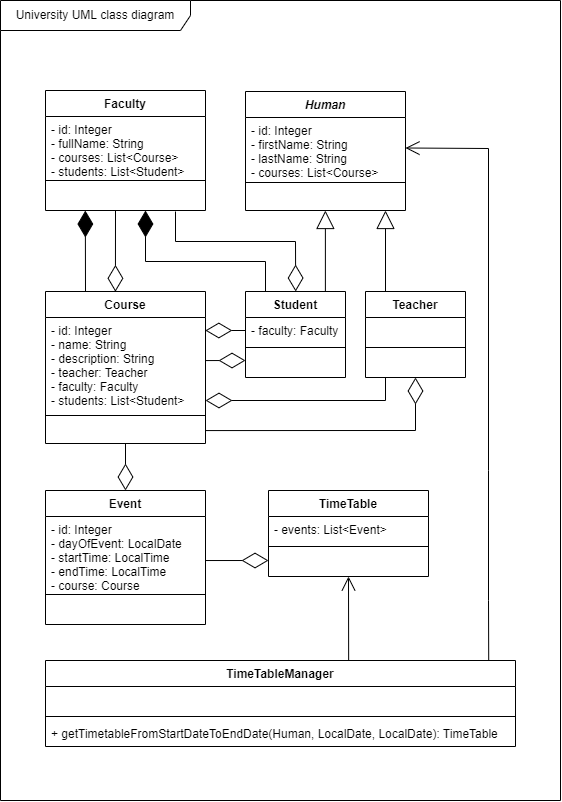
The draw.io diagram University UML class diagram.png in andriysalnikov/university, before a commit. Source tidied: cells renumbered, new cells last; positions are measured from the earlier drawing's top-left corner, leaving out a move shared by most shapes. Its diagram source:
```xml
<mxGraphModel>
  <root>
    <mxCell id="0" />
    <mxCell id="1" parent="0" />
    <mxCell id="2" value="University UML class diagram" style="shape=umlFrame;whiteSpace=wrap;html=1;width=190;height=30;" parent="1" vertex="1">
      <mxGeometry width="560" height="800" as="geometry" />
    </mxCell>
    <mxCell id="3" value="Course" style="swimlane;fontStyle=1;align=center;verticalAlign=top;horizontal=1;startSize=26;" parent="1" vertex="1">
      <mxGeometry x="45" y="291" width="160" height="152" as="geometry" />
    </mxCell>
    <mxCell id="4" value="- id: Integer&#10;- name: String&#10;- description: String&#10;- teacher: Teacher&#10;- faculty: Faculty&#10;- students: List&lt;Student&gt;" style="text;strokeColor=none;fillColor=none;align=left;verticalAlign=top;spacingLeft=4;spacingRight=4;overflow=hidden;" parent="3" vertex="1">
      <mxGeometry y="26" width="160" height="94" as="geometry" />
    </mxCell>
    <mxCell id="5" style="line;strokeWidth=1;fillColor=none;align=left;verticalAlign=middle;spacingTop=-1;spacingLeft=3;spacingRight=3;labelPosition=right;" parent="3" vertex="1">
      <mxGeometry y="120" width="160" height="8" as="geometry" />
    </mxCell>
    <mxCell id="6" value=" " style="text;strokeColor=none;fillColor=none;align=left;verticalAlign=top;spacingLeft=4;spacingRight=4;overflow=hidden;" parent="3" vertex="1">
      <mxGeometry y="128" width="160" height="24" as="geometry" />
    </mxCell>
    <mxCell id="7" value="Human" style="swimlane;fontStyle=3;align=center;verticalAlign=top;horizontal=1;startSize=26;" parent="1" vertex="1">
      <mxGeometry x="245" y="91" width="160" height="119" as="geometry" />
    </mxCell>
    <mxCell id="8" value="- id: Integer&#10;- firstName: String&#10;- lastName: String&#10;- courses: List&lt;Course&gt;" style="text;strokeColor=none;fillColor=none;align=left;verticalAlign=top;spacingLeft=4;spacingRight=4;overflow=hidden;points=[[0,0.5],[1,0.5]];portConstraint=eastwest;" parent="7" vertex="1">
      <mxGeometry y="26" width="160" height="61" as="geometry" />
    </mxCell>
    <mxCell id="9" style="line;strokeWidth=1;fillColor=none;align=left;verticalAlign=middle;spacingTop=-1;spacingLeft=3;spacingRight=3;labelPosition=right;" parent="7" vertex="1">
      <mxGeometry y="87" width="160" height="8" as="geometry" />
    </mxCell>
    <mxCell id="10" value=" " style="text;strokeColor=none;fillColor=none;align=left;verticalAlign=top;spacingLeft=4;spacingRight=4;overflow=hidden;" parent="7" vertex="1">
      <mxGeometry y="95" width="160" height="24" as="geometry" />
    </mxCell>
    <mxCell id="11" value="Student" style="swimlane;fontStyle=1;align=center;verticalAlign=top;horizontal=1;startSize=26;" parent="1" vertex="1">
      <mxGeometry x="245" y="291" width="100" height="86" as="geometry" />
    </mxCell>
    <mxCell id="12" value="- faculty: Faculty" style="text;strokeColor=none;fillColor=none;align=left;verticalAlign=top;spacingLeft=4;spacingRight=4;overflow=hidden;" parent="11" vertex="1">
      <mxGeometry y="26" width="100" height="26" as="geometry" />
    </mxCell>
    <mxCell id="13" style="line;strokeWidth=1;fillColor=none;align=left;verticalAlign=middle;spacingTop=-1;spacingLeft=3;spacingRight=3;labelPosition=right;" parent="11" vertex="1">
      <mxGeometry y="52" width="100" height="8" as="geometry" />
    </mxCell>
    <mxCell id="14" value=" " style="text;strokeColor=none;fillColor=none;align=left;verticalAlign=top;spacingLeft=4;spacingRight=4;overflow=hidden;" parent="11" vertex="1">
      <mxGeometry y="60" width="100" height="26" as="geometry" />
    </mxCell>
    <mxCell id="15" value="Teacher" style="swimlane;fontStyle=1;align=center;verticalAlign=top;horizontal=1;startSize=26;" parent="1" vertex="1">
      <mxGeometry x="365" y="291" width="100" height="86" as="geometry" />
    </mxCell>
    <mxCell id="16" value=" " style="text;strokeColor=none;fillColor=none;align=left;verticalAlign=top;spacingLeft=4;spacingRight=4;overflow=hidden;points=[[0,0.5],[1,0.5]];portConstraint=eastwest;" parent="15" vertex="1">
      <mxGeometry y="26" width="100" height="26" as="geometry" />
    </mxCell>
    <mxCell id="17" style="line;strokeWidth=1;fillColor=none;align=left;verticalAlign=middle;spacingTop=-1;spacingLeft=3;spacingRight=3;labelPosition=right;" parent="15" vertex="1">
      <mxGeometry y="52" width="100" height="8" as="geometry" />
    </mxCell>
    <mxCell id="18" value=" " style="text;strokeColor=none;fillColor=none;align=left;verticalAlign=top;spacingLeft=4;spacingRight=4;overflow=hidden;points=[[0,0.5],[1,0.5]];portConstraint=eastwest;" parent="15" vertex="1">
      <mxGeometry y="60" width="100" height="26" as="geometry" />
    </mxCell>
    <mxCell id="19" style="endArrow=block;endSize=16;endFill=0;html=1;rounded=0;entryX=0.25;entryY=1.017;entryDx=0;entryDy=0;entryPerimeter=0;" parent="1" edge="1">
      <mxGeometry relative="1" as="geometry">
        <mxPoint x="385" y="291" as="sourcePoint" />
        <mxPoint x="385" y="210" as="targetPoint" />
      </mxGeometry>
    </mxCell>
    <mxCell id="20" style="endArrow=diamondThin;endFill=0;endSize=24;html=1;rounded=0;entryX=0.126;entryY=-0.002;entryDx=0;entryDy=0;entryPerimeter=0;" parent="1" edge="1">
      <mxGeometry relative="1" as="geometry">
        <mxPoint x="175" y="211" as="sourcePoint" />
        <mxPoint x="295.2" y="291" as="targetPoint" />
        <Array as="points">
          <mxPoint x="175" y="241" />
          <mxPoint x="295" y="241" />
        </Array>
      </mxGeometry>
    </mxCell>
    <mxCell id="21" style="endArrow=diamondThin;endFill=0;endSize=24;html=1;rounded=0;exitX=0.284;exitY=0.999;exitDx=0;exitDy=0;exitPerimeter=0;entryX=0.437;entryY=0.002;entryDx=0;entryDy=0;entryPerimeter=0;" parent="1" edge="1" target="3">
      <mxGeometry relative="1" as="geometry">
        <mxPoint x="115" y="210" as="sourcePoint" />
      </mxGeometry>
    </mxCell>
    <mxCell id="22" value="Faculty" style="swimlane;fontStyle=1;align=center;verticalAlign=top;horizontal=1;startSize=26;" parent="1" vertex="1">
      <mxGeometry x="45" y="90" width="160" height="120" as="geometry" />
    </mxCell>
    <mxCell id="23" value="- id: Integer&#10;- fullName: String&#10;- courses: List&lt;Course&gt;&#10;- students: List&lt;Student&gt;" style="text;strokeColor=none;fillColor=none;align=left;verticalAlign=top;spacingLeft=4;spacingRight=4;overflow=hidden;" parent="22" vertex="1">
      <mxGeometry y="26" width="160" height="60" as="geometry" />
    </mxCell>
    <mxCell id="24" style="line;strokeWidth=1;fillColor=none;align=left;verticalAlign=middle;spacingTop=-1;spacingLeft=3;spacingRight=3;labelPosition=right;" parent="22" vertex="1">
      <mxGeometry y="86" width="160" height="8" as="geometry" />
    </mxCell>
    <mxCell id="25" value=" " style="text;strokeColor=none;fillColor=none;align=left;verticalAlign=top;spacingLeft=4;spacingRight=4;overflow=hidden;points=[[0,0.5],[1,0.5]];portConstraint=eastwest;" parent="22" vertex="1">
      <mxGeometry y="94" width="160" height="26" as="geometry" />
    </mxCell>
    <mxCell id="26" style="endArrow=diamondThin;endFill=1;endSize=24;html=1;rounded=0;entryX=0.249;entryY=1.002;entryDx=0;entryDy=0;entryPerimeter=0;exitX=0.25;exitY=0;exitDx=0;exitDy=0;" parent="1" edge="1" source="3" target="25">
      <mxGeometry relative="1" as="geometry" />
    </mxCell>
    <mxCell id="27" style="endArrow=diamondThin;endFill=1;endSize=24;html=1;rounded=0;entryX=0.249;entryY=1.002;entryDx=0;entryDy=0;entryPerimeter=0;exitX=0.2;exitY=0;exitDx=0;exitDy=0;exitPerimeter=0;" parent="1" edge="1" source="11">
      <mxGeometry relative="1" as="geometry">
        <mxPoint x="145" y="210" as="targetPoint" />
        <Array as="points">
          <mxPoint x="265" y="261" />
          <mxPoint x="145" y="261" />
        </Array>
      </mxGeometry>
    </mxCell>
    <mxCell id="28" style="endArrow=block;endSize=16;endFill=0;html=1;rounded=0;entryX=0.25;entryY=1.017;entryDx=0;entryDy=0;entryPerimeter=0;" parent="1" edge="1">
      <mxGeometry relative="1" as="geometry">
        <mxPoint x="324.9" y="291" as="sourcePoint" />
        <mxPoint x="324.9" y="210" as="targetPoint" />
      </mxGeometry>
    </mxCell>
    <mxCell id="29" style="endArrow=diamondThin;endFill=0;endSize=24;html=1;rounded=0;entryX=0;entryY=0.5;entryDx=0;entryDy=0;exitX=1.001;exitY=0.139;exitDx=0;exitDy=0;exitPerimeter=0;" parent="1" edge="1">
      <mxGeometry relative="1" as="geometry">
        <mxPoint x="205.2" y="360.1" as="sourcePoint" />
        <mxPoint x="245" y="360" as="targetPoint" />
      </mxGeometry>
    </mxCell>
    <mxCell id="30" style="endArrow=diamondThin;endFill=0;endSize=24;html=1;rounded=0;entryX=0;entryY=0.5;entryDx=0;entryDy=0;" parent="1" edge="1">
      <mxGeometry relative="1" as="geometry">
        <mxPoint x="245" y="330" as="sourcePoint" />
        <mxPoint x="204.8" y="330" as="targetPoint" />
      </mxGeometry>
    </mxCell>
    <mxCell id="31" style="endArrow=diamondThin;endFill=0;endSize=24;html=1;rounded=0;entryX=0.5;entryY=1;entryDx=0;entryDy=0;exitX=1.001;exitY=0.139;exitDx=0;exitDy=0;exitPerimeter=0;" parent="1" edge="1" target="15">
      <mxGeometry relative="1" as="geometry">
        <mxPoint x="205.3" y="430.1" as="sourcePoint" />
        <Array as="points">
          <mxPoint x="415" y="430" />
        </Array>
      </mxGeometry>
    </mxCell>
    <mxCell id="32" style="endArrow=diamondThin;endFill=0;endSize=24;html=1;rounded=0;entryX=0;entryY=0.5;entryDx=0;entryDy=0;exitX=0.2;exitY=0.998;exitDx=0;exitDy=0;exitPerimeter=0;" parent="1" edge="1" source="18">
      <mxGeometry relative="1" as="geometry">
        <mxPoint x="205" y="400" as="targetPoint" />
        <Array as="points">
          <mxPoint x="385" y="400" />
        </Array>
      </mxGeometry>
    </mxCell>
    <mxCell id="33" value="Event" style="swimlane;fontStyle=1;align=center;verticalAlign=top;horizontal=1;startSize=26;" parent="1" vertex="1">
      <mxGeometry x="45" y="490" width="160" height="134" as="geometry" />
    </mxCell>
    <mxCell id="34" value="- id: Integer&#10;- dayOfEvent: LocalDate&#10;- startTime: LocalTime&#10;- endTime: LocalTime&#10;- course: Course" style="text;strokeColor=none;fillColor=none;align=left;verticalAlign=top;spacingLeft=4;spacingRight=4;overflow=hidden;points=[[0,0.5],[1,0.5]];portConstraint=eastwest;" parent="33" vertex="1">
      <mxGeometry y="26" width="160" height="74" as="geometry" />
    </mxCell>
    <mxCell id="35" style="line;strokeWidth=1;fillColor=none;align=left;verticalAlign=middle;spacingTop=-1;spacingLeft=3;spacingRight=3;labelPosition=right;" parent="33" vertex="1">
      <mxGeometry y="100" width="160" height="8" as="geometry" />
    </mxCell>
    <mxCell id="36" value=" " style="text;strokeColor=none;fillColor=none;align=left;verticalAlign=top;spacingLeft=4;spacingRight=4;overflow=hidden;" parent="33" vertex="1">
      <mxGeometry y="108" width="160" height="26" as="geometry" />
    </mxCell>
    <mxCell id="37" style="endArrow=diamondThin;endFill=0;endSize=24;html=1;rounded=0;entryX=0.5;entryY=0;entryDx=0;entryDy=0;exitX=0.5;exitY=1;exitDx=0;exitDy=0;" parent="1" edge="1" source="3" target="33">
      <mxGeometry relative="1" as="geometry" />
    </mxCell>
    <mxCell id="38" value="TimeTableManager" style="swimlane;fontStyle=1;align=center;verticalAlign=top;horizontal=1;startSize=26;" parent="1" vertex="1">
      <mxGeometry x="45" y="660" width="470" height="86" as="geometry" />
    </mxCell>
    <mxCell id="39" value=" " style="text;strokeColor=none;fillColor=none;align=left;verticalAlign=top;spacingLeft=4;spacingRight=4;overflow=hidden;" parent="38" vertex="1">
      <mxGeometry y="26" width="470" height="26" as="geometry" />
    </mxCell>
    <mxCell id="40" style="line;strokeWidth=1;fillColor=none;align=left;verticalAlign=middle;spacingTop=-1;spacingLeft=3;spacingRight=3;labelPosition=right;" parent="38" vertex="1">
      <mxGeometry y="52" width="470" height="8" as="geometry" />
    </mxCell>
    <mxCell id="41" value="+ getTimetableFromStartDateToEndDate(Human, LocalDate, LocalDate): TimeTable" style="text;strokeColor=none;fillColor=none;align=left;verticalAlign=top;spacingLeft=4;spacingRight=4;overflow=hidden;" parent="38" vertex="1">
      <mxGeometry y="60" width="470" height="26" as="geometry" />
    </mxCell>
    <mxCell id="42" style="endArrow=open;endFill=1;endSize=12;html=1;rounded=0;entryX=1;entryY=0.5;entryDx=0;entryDy=0;exitX=0.943;exitY=-0.007;exitDx=0;exitDy=0;exitPerimeter=0;" parent="1" edge="1" source="38" target="8">
      <mxGeometry relative="1" as="geometry">
        <Array as="points">
          <mxPoint x="488" y="600" />
          <mxPoint x="488" y="470" />
          <mxPoint x="488" y="148" />
        </Array>
      </mxGeometry>
    </mxCell>
    <mxCell id="43" value="TimeTable" style="swimlane;fontStyle=1;align=center;verticalAlign=top;horizontal=1;startSize=26;" parent="1" vertex="1">
      <mxGeometry x="268" y="490" width="160" height="86" as="geometry" />
    </mxCell>
    <mxCell id="44" value="- events: List&lt;Event&gt;" style="text;strokeColor=none;fillColor=none;align=left;verticalAlign=top;spacingLeft=4;spacingRight=4;overflow=hidden;" parent="43" vertex="1">
      <mxGeometry y="26" width="160" height="26" as="geometry" />
    </mxCell>
    <mxCell id="45" style="line;strokeWidth=1;fillColor=none;align=left;verticalAlign=middle;spacingTop=-1;spacingLeft=3;spacingRight=3;labelPosition=right;" parent="43" vertex="1">
      <mxGeometry y="52" width="160" height="8" as="geometry" />
    </mxCell>
    <mxCell id="46" value=" " style="text;strokeColor=none;fillColor=none;align=left;verticalAlign=top;spacingLeft=4;spacingRight=4;overflow=hidden;points=[[0,0.5],[1,0.5]];portConstraint=eastwest;" parent="43" vertex="1">
      <mxGeometry y="60" width="160" height="26" as="geometry" />
    </mxCell>
    <mxCell id="47" style="endArrow=diamondThin;endFill=0;endSize=24;html=1;rounded=0;entryX=0;entryY=0.385;entryDx=0;entryDy=0;exitX=1;exitY=0.595;exitDx=0;exitDy=0;exitPerimeter=0;entryPerimeter=0;" parent="1" edge="1" source="34" target="46">
      <mxGeometry relative="1" as="geometry" />
    </mxCell>
    <mxCell id="48" style="endArrow=open;endFill=1;endSize=12;html=1;rounded=0;exitX=0.645;exitY=0;exitDx=0;exitDy=0;exitPerimeter=0;entryX=0.5;entryY=1;entryDx=0;entryDy=0;" parent="1" edge="1" source="38" target="43">
      <mxGeometry relative="1" as="geometry" />
    </mxCell>
  </root>
</mxGraphModel>
```
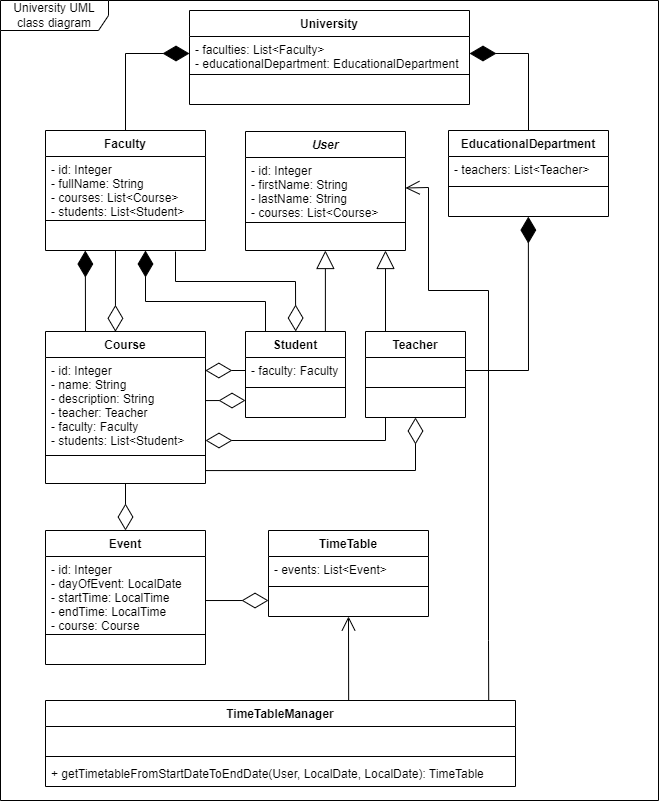
Above is the later version.

Commit message:
Add 'University' to UML diagram

The edit, as a diff of the source:
```diff
@@ -2,8 +2,8 @@
   <root>
     <mxCell id="0" />
     <mxCell id="1" parent="0" />
-    <mxCell id="2" value="University UML class diagram" style="shape=umlFrame;whiteSpace=wrap;html=1;width=190;height=30;" parent="1" vertex="1">
-      <mxGeometry width="560" height="800" as="geometry" />
+    <mxCell id="2" value="University UML class diagram" style="shape=umlFrame;whiteSpace=wrap;html=1;width=108;height=30;" parent="1" vertex="1">
+      <mxGeometry y="-40" width="658" height="800" as="geometry" />
     </mxCell>
     <mxCell id="3" value="Course" style="swimlane;fontStyle=1;align=center;verticalAlign=top;horizontal=1;startSize=26;" parent="1" vertex="1">
       <mxGeometry x="45" y="291" width="160" height="152" as="geometry" />
@@ -17,7 +17,7 @@
     <mxCell id="6" value=" " style="text;strokeColor=none;fillColor=none;align=left;verticalAlign=top;spacingLeft=4;spacingRight=4;overflow=hidden;" parent="3" vertex="1">
       <mxGeometry y="128" width="160" height="24" as="geometry" />
     </mxCell>
-    <mxCell id="7" value="Human" style="swimlane;fontStyle=3;align=center;verticalAlign=top;horizontal=1;startSize=26;" parent="1" vertex="1">
+    <mxCell id="7" value="User" style="swimlane;fontStyle=3;align=center;verticalAlign=top;horizontal=1;startSize=26;" parent="1" vertex="1">
       <mxGeometry x="245" y="91" width="160" height="119" as="geometry" />
     </mxCell>
     <mxCell id="8" value="- id: Integer&#10;- firstName: String&#10;- lastName: String&#10;- courses: List&lt;Course&gt;" style="text;strokeColor=none;fillColor=none;align=left;verticalAlign=top;spacingLeft=4;spacingRight=4;overflow=hidden;points=[[0,0.5],[1,0.5]];portConstraint=eastwest;" parent="7" vertex="1">
@@ -156,15 +156,16 @@
     <mxCell id="40" style="line;strokeWidth=1;fillColor=none;align=left;verticalAlign=middle;spacingTop=-1;spacingLeft=3;spacingRight=3;labelPosition=right;" parent="38" vertex="1">
       <mxGeometry y="52" width="470" height="8" as="geometry" />
     </mxCell>
-    <mxCell id="41" value="+ getTimetableFromStartDateToEndDate(Human, LocalDate, LocalDate): TimeTable" style="text;strokeColor=none;fillColor=none;align=left;verticalAlign=top;spacingLeft=4;spacingRight=4;overflow=hidden;" parent="38" vertex="1">
+    <mxCell id="41" value="+ getTimetableFromStartDateToEndDate(User, LocalDate, LocalDate): TimeTable" style="text;strokeColor=none;fillColor=none;align=left;verticalAlign=top;spacingLeft=4;spacingRight=4;overflow=hidden;" parent="38" vertex="1">
       <mxGeometry y="60" width="470" height="26" as="geometry" />
     </mxCell>
     <mxCell id="42" style="endArrow=open;endFill=1;endSize=12;html=1;rounded=0;entryX=1;entryY=0.5;entryDx=0;entryDy=0;exitX=0.943;exitY=-0.007;exitDx=0;exitDy=0;exitPerimeter=0;" parent="1" edge="1" source="38" target="8">
       <mxGeometry relative="1" as="geometry">
         <Array as="points">
           <mxPoint x="488" y="600" />
-          <mxPoint x="488" y="470" />
-          <mxPoint x="488" y="148" />
+          <mxPoint x="488" y="250" />
+          <mxPoint x="428" y="250" />
+          <mxPoint x="428" y="147" />
         </Array>
       </mxGeometry>
     </mxCell>
@@ -186,5 +187,50 @@
     <mxCell id="48" style="endArrow=open;endFill=1;endSize=12;html=1;rounded=0;exitX=0.645;exitY=0;exitDx=0;exitDy=0;exitPerimeter=0;entryX=0.5;entryY=1;entryDx=0;entryDy=0;" parent="1" edge="1" source="38" target="43">
       <mxGeometry relative="1" as="geometry" />
     </mxCell>
+    <mxCell id="49" value="University" style="swimlane;fontStyle=1;align=center;verticalAlign=top;horizontal=1;startSize=26;" parent="1" vertex="1">
+      <mxGeometry x="189" y="-30" width="280" height="94" as="geometry" />
+    </mxCell>
+    <mxCell id="50" value="- faculties: List&lt;Faculty&gt;&#10;- educationalDepartment: EducationalDepartment" style="text;strokeColor=none;fillColor=none;align=left;verticalAlign=top;spacingLeft=4;spacingRight=4;overflow=hidden;points=[[0,0.5],[1,0.5]];portConstraint=eastwest;" parent="49" vertex="1">
+      <mxGeometry y="26" width="280" height="34" as="geometry" />
+    </mxCell>
+    <mxCell id="51" style="line;strokeWidth=1;fillColor=none;align=left;verticalAlign=middle;spacingTop=-1;spacingLeft=3;spacingRight=3;labelPosition=right;" parent="49" vertex="1">
+      <mxGeometry y="60" width="280" height="8" as="geometry" />
+    </mxCell>
+    <mxCell id="52" value=" " style="text;strokeColor=none;fillColor=none;align=left;verticalAlign=top;spacingLeft=4;spacingRight=4;overflow=hidden;" parent="49" vertex="1">
+      <mxGeometry y="68" width="280" height="26" as="geometry" />
+    </mxCell>
+    <mxCell id="53" value="EducationalDepartment" style="swimlane;fontStyle=1;align=center;verticalAlign=top;horizontal=1;startSize=26;" parent="1" vertex="1">
+      <mxGeometry x="448" y="90" width="160" height="86" as="geometry" />
+    </mxCell>
+    <mxCell id="54" value="- teachers: List&lt;Teacher&gt;" style="text;strokeColor=none;fillColor=none;align=left;verticalAlign=top;spacingLeft=4;spacingRight=4;overflow=hidden;" parent="53" vertex="1">
+      <mxGeometry y="26" width="160" height="26" as="geometry" />
+    </mxCell>
+    <mxCell id="55" style="line;strokeWidth=1;fillColor=none;align=left;verticalAlign=middle;spacingTop=-1;spacingLeft=3;spacingRight=3;labelPosition=right;" parent="53" vertex="1">
+      <mxGeometry y="52" width="160" height="8" as="geometry" />
+    </mxCell>
+    <mxCell id="56" value=" " style="text;strokeColor=none;fillColor=none;align=left;verticalAlign=top;spacingLeft=4;spacingRight=4;overflow=hidden;points=[[0,0.5],[1,0.5]];portConstraint=eastwest;" parent="53" vertex="1">
+      <mxGeometry y="60" width="160" height="26" as="geometry" />
+    </mxCell>
+    <mxCell id="57" style="endArrow=diamondThin;endFill=1;endSize=24;html=1;rounded=0;exitX=0.5;exitY=0;exitDx=0;exitDy=0;entryX=0;entryY=0.5;entryDx=0;entryDy=0;" parent="1" edge="1" source="22" target="50">
+      <mxGeometry relative="1" as="geometry">
+        <Array as="points">
+          <mxPoint x="125" y="13" />
+        </Array>
+      </mxGeometry>
+    </mxCell>
+    <mxCell id="58" style="endArrow=diamondThin;endFill=1;endSize=24;html=1;rounded=0;exitX=0.5;exitY=0;exitDx=0;exitDy=0;entryX=1;entryY=0.5;entryDx=0;entryDy=0;" parent="1" edge="1" source="53" target="50">
+      <mxGeometry relative="1" as="geometry">
+        <Array as="points">
+          <mxPoint x="528" y="13" />
+        </Array>
+      </mxGeometry>
+    </mxCell>
+    <mxCell id="59" style="endArrow=diamondThin;endFill=1;endSize=24;html=1;rounded=0;entryX=0.499;entryY=1.004;entryDx=0;entryDy=0;entryPerimeter=0;exitX=1;exitY=0.5;exitDx=0;exitDy=0;" parent="1" edge="1" source="16" target="56">
+      <mxGeometry relative="1" as="geometry">
+        <Array as="points">
+          <mxPoint x="528" y="330" />
+        </Array>
+      </mxGeometry>
+    </mxCell>
   </root>
 </mxGraphModel>
```
